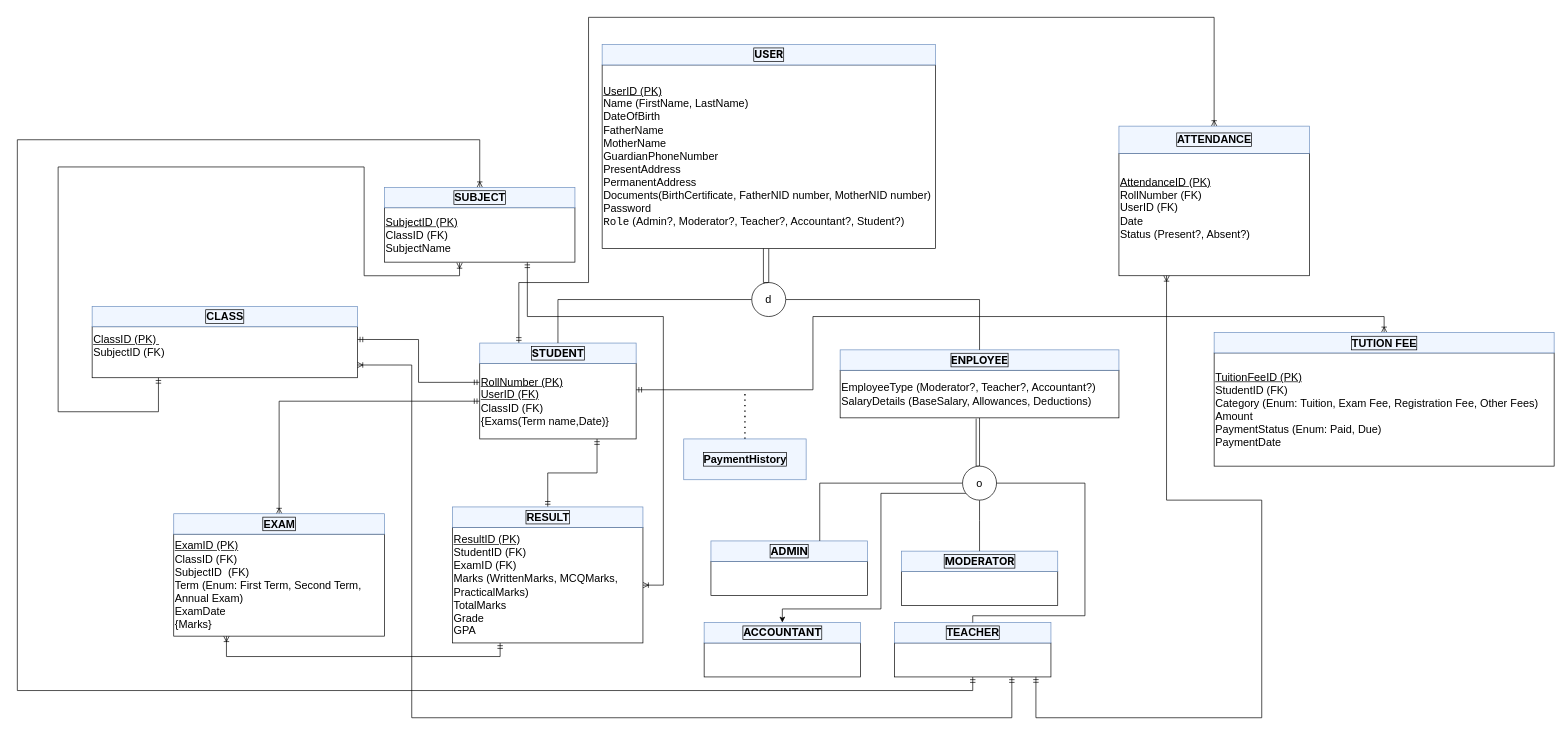
Earlier version of the draw.io diagram ERD.drawio (Shahduzzaman/School_Management_Web_Application). Source tidied: cells renumbered, new cells numbered last; positions are measured from the earlier drawing's top-left corner, leaving out a move shared by most shapes. Both pictures are drawn from the tidied source at 68%, with x=0, y=0 at pixel (17, 17).
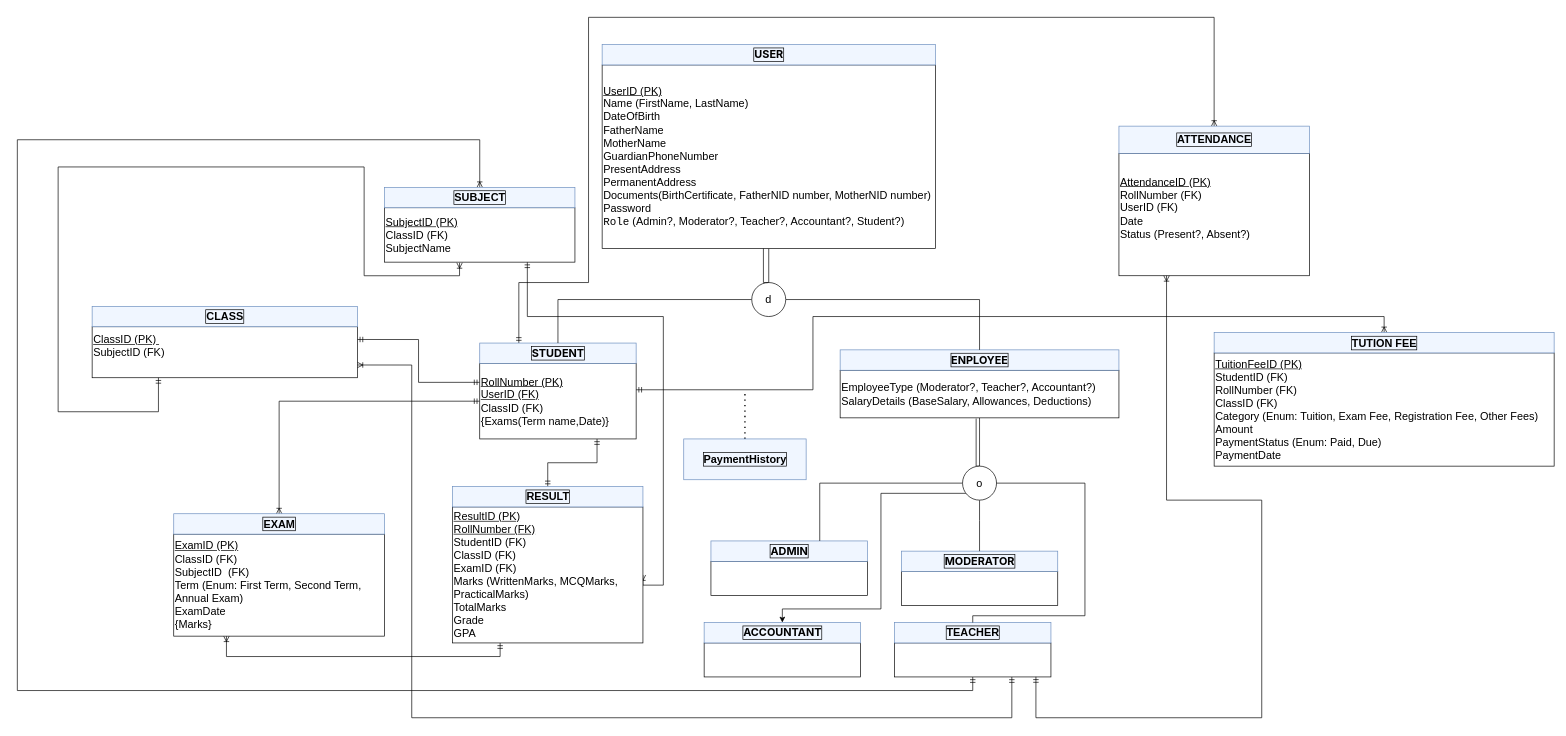
The same page after the edit.

The edit, as a diff of the source:
```diff
@@
-    <mxCell id="38" value="&lt;div style=&quot;font-size: 16px;&quot;&gt;&lt;u style=&quot;font-size: 16px;&quot;&gt;TuitionFeeID (PK)&lt;/u&gt;&lt;/div&gt;&lt;div style=&quot;font-size: 16px;&quot;&gt;StudentID (FK)&lt;/div&gt;&lt;div style=&quot;font-size: 16px;&quot;&gt;Category (Enum: Tuition, Exam Fee, Registration Fee, Other Fees)&lt;/div&gt;&lt;div style=&quot;font-size: 16px;&quot;&gt;Amount&lt;/div&gt;&lt;div style=&quot;font-size: 16px;&quot;&gt;PaymentStatus (Enum: Paid, Due)&lt;/div&gt;&lt;div style=&quot;font-size: 16px;&quot;&gt;PaymentDate&lt;/div&gt;" style="rounded=0;whiteSpace=wrap;html=1;align=left;fontSize=16;" parent="1" vertex="1">
+    <mxCell id="38" value="&lt;div style=&quot;font-size: 16px;&quot;&gt;&lt;u style=&quot;font-size: 16px;&quot;&gt;TuitionFeeID (PK)&lt;/u&gt;&lt;/div&gt;&lt;div style=&quot;font-size: 16px;&quot;&gt;StudentID (FK)&lt;/div&gt;&lt;div style=&quot;font-size: 16px;&quot;&gt;RollNumber (FK)&lt;/div&gt;&lt;div style=&quot;font-size: 16px;&quot;&gt;ClassID (FK)&lt;/div&gt;&lt;div style=&quot;font-size: 16px;&quot;&gt;Category (Enum: Tuition, Exam Fee, Registration Fee, Other Fees)&lt;/div&gt;&lt;div style=&quot;font-size: 16px;&quot;&gt;Amount&lt;/div&gt;&lt;div style=&quot;font-size: 16px;&quot;&gt;PaymentStatus (Enum: Paid, Due)&lt;/div&gt;&lt;div style=&quot;font-size: 16px;&quot;&gt;PaymentDate&lt;/div&gt;" style="rounded=0;whiteSpace=wrap;html=1;align=left;fontSize=16;" parent="1" vertex="1">
       <mxGeometry x="1760" y="493.5" width="500" height="166.5" as="geometry" />
     </mxCell>
@@
-    <mxCell id="42" value="&lt;div style=&quot;font-size: 16px;&quot;&gt;&lt;u style=&quot;font-size: 16px;&quot;&gt;ResultID (PK)&lt;/u&gt;&lt;/div&gt;&lt;div style=&quot;font-size: 16px;&quot;&gt;StudentID (FK)&amp;nbsp;&amp;nbsp;&lt;/div&gt;&lt;div style=&quot;font-size: 16px;&quot;&gt;ExamID (FK)&amp;nbsp;&lt;/div&gt;&lt;div style=&quot;font-size: 16px;&quot;&gt;Marks (WrittenMarks, MCQMarks, PracticalMarks)&lt;/div&gt;&lt;div style=&quot;font-size: 16px;&quot;&gt;TotalMarks&lt;/div&gt;&lt;div style=&quot;font-size: 16px;&quot;&gt;Grade&amp;nbsp;&lt;/div&gt;&lt;div style=&quot;font-size: 16px;&quot;&gt;GPA&lt;/div&gt;" style="rounded=0;whiteSpace=wrap;html=1;align=left;fontSize=16;" parent="1" vertex="1">
-      <mxGeometry x="640" y="750" width="280" height="170" as="geometry" />
+    <mxCell id="42" value="&lt;div style=&quot;font-size: 16px;&quot;&gt;&lt;u style=&quot;font-size: 16px;&quot;&gt;ResultID (PK)&lt;/u&gt;&lt;/div&gt;&lt;div style=&quot;font-size: 16px;&quot;&gt;&lt;u style=&quot;font-size: 16px;&quot;&gt;RollNumber (FK)&lt;/u&gt;&lt;/div&gt;&lt;div style=&quot;font-size: 16px;&quot;&gt;StudentID (FK)&amp;nbsp;&amp;nbsp;&lt;/div&gt;&lt;div style=&quot;font-size: 16px;&quot;&gt;ClassID (FK)&lt;/div&gt;&lt;div style=&quot;font-size: 16px;&quot;&gt;ExamID (FK)&amp;nbsp;&lt;/div&gt;&lt;div style=&quot;font-size: 16px;&quot;&gt;Marks (WrittenMarks, MCQMarks, PracticalMarks)&lt;/div&gt;&lt;div style=&quot;font-size: 16px;&quot;&gt;TotalMarks&lt;/div&gt;&lt;div style=&quot;font-size: 16px;&quot;&gt;Grade&amp;nbsp;&lt;/div&gt;&lt;div style=&quot;font-size: 16px;&quot;&gt;GPA&lt;/div&gt;" style="rounded=0;whiteSpace=wrap;html=1;align=left;fontSize=16;" parent="1" vertex="1">
+      <mxGeometry x="640" y="720" width="280" height="200" as="geometry" />
     </mxCell>
     <mxCell id="43" value="&lt;div style=&quot;font-size: 16px;&quot;&gt;RESULT&lt;/div&gt;" style="rounded=0;html=1;fontSize=16;fontStyle=1;align=center;fillColor=#f0f6ff;strokeColor=#6c8ebf;fontColor=#000000;labelBackgroundColor=none;labelBorderColor=default;" parent="1" vertex="1">
-      <mxGeometry x="640" y="720" width="280" height="30" as="geometry" />
+      <mxGeometry x="640" y="690" width="280" height="30" as="geometry" />
     </mxCell>
```
